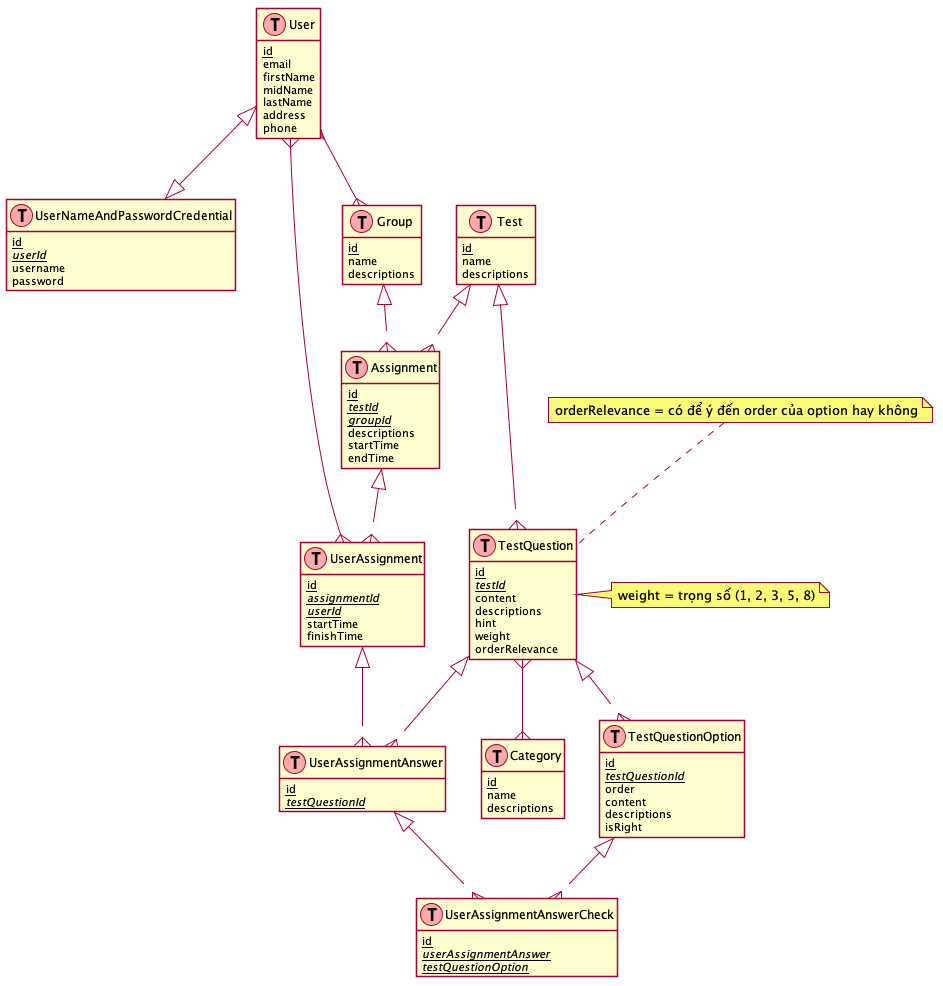
Above: database-diagram.png in binhsonnguyen/master-quiz (PlantUML), before the change. Its source is kept beside it as database-diagram.puml.
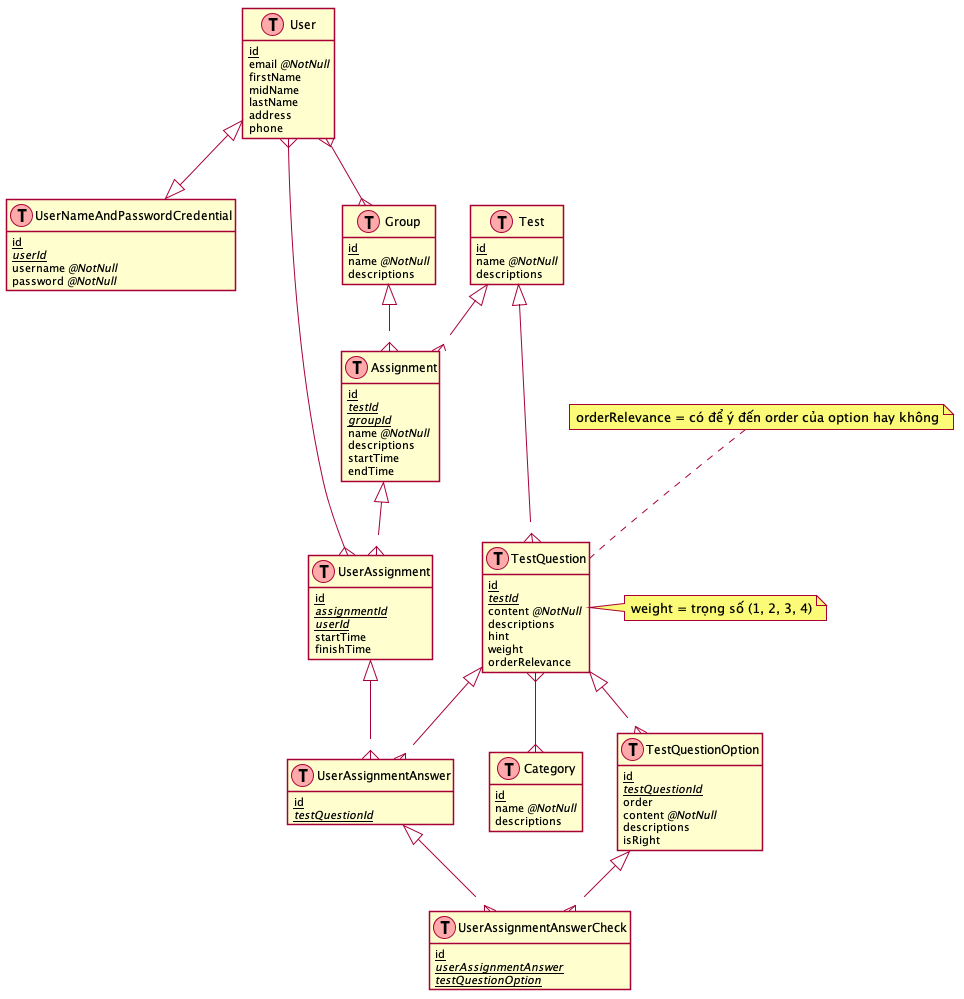
The same diagram one commit later.

Commit message:
add @notnull annotations

Diff of the diagram source:
```diff
@@ -8,7 +8,7 @@
 
 table(User) {
   pk(id)
-  email
+  email <i>@NotNull</i>
   firstName
   midName
   lastName
@@ -18,27 +18,27 @@
 
 table(Group) {
   pk(id)
-  name
+  name <i>@NotNull</i>
   descriptions
 }
 
 table(UserNameAndPasswordCredential) {
   pk(id)
   fk(userId)
-  username
-  password
+  username <i>@NotNull</i>
+  password <i>@NotNull</i>
 }
 
 table(Test) {
   pk(id)
-  name
+  name <i>@NotNull</i>
   descriptions
 }
 
 table(TestQuestion) {
   pk(id)
   fk(testId)
-  content
+  content <i>@NotNull</i>
   descriptions
   hint
   weight
@@ -49,14 +49,14 @@
   pk(id)
   fk(testQuestionId)
   order
-  content
+  content <i>@NotNull</i>
   descriptions
   isRight
 }
 
 table(Category) {
   pk(id)
-  name
+  name <i>@NotNull</i>
   descriptions
 }
 
@@ -64,6 +64,7 @@
   pk(id)
   fk(testId)
   fk(groupId)
+  name <i>@NotNull</i>
   descriptions
   startTime
   endTime
@@ -88,7 +89,7 @@
   fk(testQuestionOption)
 }
 
-note right of TestQuestion: weight = trọng số (1, 2, 3, 5, 8)
+note right of TestQuestion: weight = trọng số (1, 2, 3, 4)
 note top of TestQuestion: orderRelevance = có để ý đến order của option hay không
 
 User }--{ Group
```
